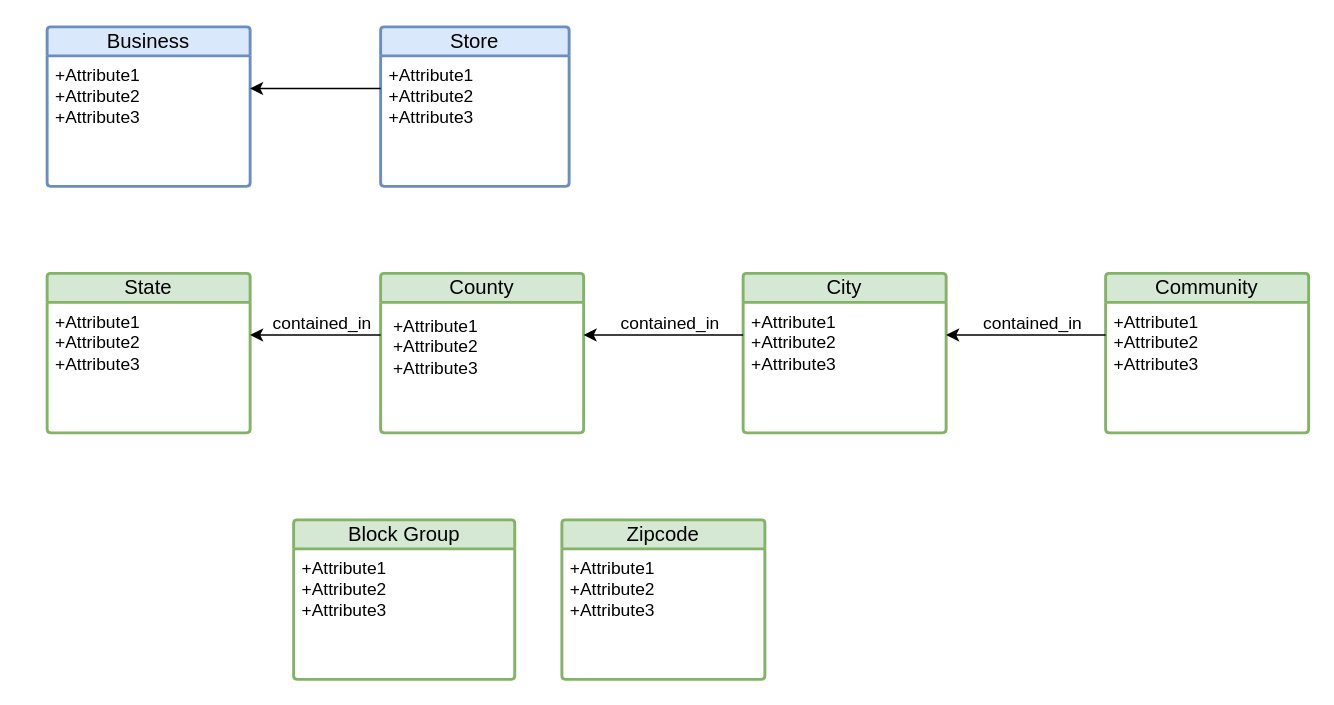
swhoyle/business-opportunity-graph keeps this draw.io diagram as page "ER Diagram" (2 of 6) of docs/graph_model.drawio. Above is the earlier version. Source tidied: cells renumbered, new cells numbered last; positions are measured from the earlier drawing's top-left corner, leaving out a move shared by most shapes. Both pictures are drawn from the tidied source at 145%, with x=0, y=0 at pixel (46, 26).
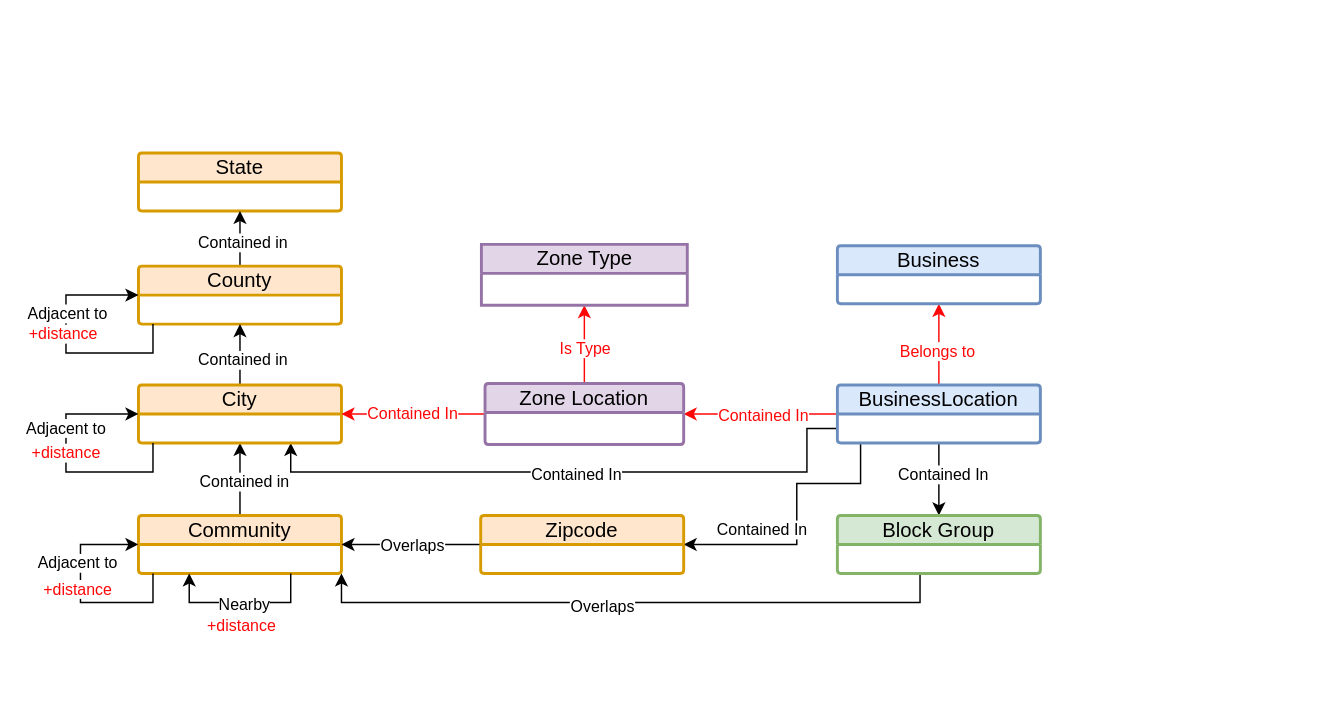
The same page after the edit.

What changed in the source:
```diff
@@
+    <mxCell id="25" style="edgeStyle=orthogonalEdgeStyle;rounded=0;jettySize=auto;html=1;exitX=0.5;exitY=0;exitDx=0;exitDy=0;entryX=0.5;entryY=1;entryDx=0;entryDy=0;fontColor=#FF0707;strokeColor=#FF0707;" parent="1" edge="1" source="2" target="59">
+      <mxGeometry relative="1" as="geometry" />
+    </mxCell>
+    <mxCell id="26" value="Belongs to" style="edgeLabel;html=1;align=center;verticalAlign=middle;fontColor=#FF0707;" parent="25" vertex="1">
+      <mxGeometry x="-0.15" y="2" relative="1" as="geometry" />
+    </mxCell>
+    <mxCell id="27" style="edgeStyle=orthogonalEdgeStyle;rounded=0;jettySize=auto;html=1;exitX=0.5;exitY=1;exitDx=0;exitDy=0;entryX=0.5;entryY=0;entryDx=0;entryDy=0;" parent="1" edge="1" source="2" target="7">
+      <mxGeometry relative="1" as="geometry" />
+    </mxCell>
+    <mxCell id="28" value="Contained In" style="edgeLabel;html=1;align=center;verticalAlign=middle;" parent="27" vertex="1">
+      <mxGeometry x="-0.17" y="2" relative="1" as="geometry" />
+    </mxCell>
+    <mxCell id="29" style="edgeStyle=orthogonalEdgeStyle;rounded=0;jettySize=auto;html=1;exitX=0;exitY=0.5;exitDx=0;exitDy=0;entryX=1;entryY=0.5;entryDx=0;entryDy=0;fontColor=#FF0707;strokeColor=#FF0707;" parent="1" edge="1" source="2" target="57">
+      <mxGeometry relative="1" as="geometry" />
+    </mxCell>
+    <mxCell id="30" value="Contained In" style="edgeLabel;html=1;align=center;verticalAlign=middle;fontColor=#FF0707;" parent="29" vertex="1">
+      <mxGeometry x="-0.01" relative="1" as="geometry" />
+    </mxCell>
+    <mxCell id="31" style="edgeStyle=orthogonalEdgeStyle;rounded=0;jettySize=auto;html=1;exitX=0.25;exitY=1;exitDx=0;exitDy=0;entryX=1;entryY=0.5;entryDx=0;entryDy=0;" parent="1" edge="1" source="2" target="9">
+      <mxGeometry relative="1" as="geometry">
+        <Array as="points">
+          <mxPoint x="561" y="287" />
+          <mxPoint x="561" y="315" />
+          <mxPoint x="517" y="315" />
+          <mxPoint x="517" y="357" />
+        </Array>
+      </mxGeometry>
+    </mxCell>
+    <mxCell id="32" value="Contained In" style="edgeLabel;html=1;align=center;verticalAlign=middle;" parent="31" vertex="1">
+      <mxGeometry x="0.57" y="-2" relative="1" as="geometry">
+        <mxPoint x="8" y="-9" as="offset" />
+      </mxGeometry>
+    </mxCell>
+    <mxCell id="33" style="edgeStyle=orthogonalEdgeStyle;rounded=0;jettySize=auto;html=1;exitX=0;exitY=0.75;exitDx=0;exitDy=0;entryX=0.75;entryY=1;entryDx=0;entryDy=0;" parent="1" edge="1" source="2" target="17">
+      <mxGeometry relative="1" as="geometry">
+        <Array as="points">
+          <mxPoint x="524" y="277" />
+          <mxPoint x="524" y="307" />
+          <mxPoint x="168" y="307" />
+        </Array>
+      </mxGeometry>
+    </mxCell>
+    <mxCell id="34" value="Contained In" style="edgeLabel;html=1;align=center;verticalAlign=middle;" parent="33" vertex="1">
+      <mxGeometry x="-0.01" y="1" relative="1" as="geometry" />
+    </mxCell>
-    <mxCell id="2" value="Business" style="swimlane;horizontal=1;startSize=20;rounded=1;fontSize=14;fontStyle=0;strokeWidth=2;shadow=0;dashed=0;align=center;arcSize=4;whiteSpace=wrap;html=1;fillColor=#dae8fc;strokeColor=#6c8ebf;" parent="1" vertex="1">
-      <mxGeometry width="140" height="110" as="geometry" />
+    <mxCell id="2" value="BusinessLocation" style="swimlane;horizontal=1;startSize=20;rounded=1;fontSize=14;fontStyle=0;strokeWidth=2;shadow=0;dashed=0;align=center;arcSize=4;whiteSpace=wrap;html=1;fillColor=#dae8fc;strokeColor=#6c8ebf;" parent="1" vertex="1">
+      <mxGeometry x="545" y="247" width="140" height="40" as="geometry" />
     </mxCell>
-    <mxCell id="3" value="&lt;div&gt;&lt;span style=&quot;background-color: transparent; color: light-dark(rgb(0, 0, 0), rgb(255, 255, 255));&quot;&gt;+Attribute1&lt;/span&gt;&lt;/div&gt;+Attribute2&lt;br&gt;+Attribute3" style="align=left;strokeColor=none;fillColor=none;spacingLeft=4;spacingRight=4;fontSize=12;verticalAlign=top;html=1;whiteSpace=wrap;" parent="2" vertex="1">
-      <mxGeometry y="20" width="140" height="90" as="geometry" />
-    </mxCell>
-    <mxCell id="4" value="Store" style="swimlane;horizontal=1;startSize=20;rounded=1;fontSize=14;fontStyle=0;strokeWidth=2;shadow=0;dashed=0;align=center;arcSize=4;whiteSpace=wrap;html=1;fillColor=#dae8fc;strokeColor=#6c8ebf;" parent="1" vertex="1">
-      <mxGeometry x="230" width="130" height="110" as="geometry" />
-    </mxCell>
-    <mxCell id="5" value="&lt;div&gt;&lt;span style=&quot;background-color: transparent; color: light-dark(rgb(0, 0, 0), rgb(255, 255, 255));&quot;&gt;+Attribute1&lt;/span&gt;&lt;/div&gt;+Attribute2&lt;br&gt;+Attribute3" style="align=left;strokeColor=none;fillColor=none;spacingLeft=4;spacingRight=4;fontSize=12;verticalAlign=top;html=1;whiteSpace=wrap;" parent="4" vertex="1">
-      <mxGeometry y="20" width="130" height="90" as="geometry" />
-    </mxCell>
-    <mxCell id="6" style="edgeStyle=orthogonalEdgeStyle;rounded=0;jettySize=auto;html=1;exitX=0;exitY=0.25;exitDx=0;exitDy=0;entryX=1;entryY=0.25;entryDx=0;entryDy=0;" parent="1" edge="1" source="5" target="3">
-      <mxGeometry relative="1" as="geometry" />
-    </mxCell>
+    <mxCell id="15" value="State" style="swimlane;horizontal=1;startSize=20;rounded=1;fontSize=14;fontStyle=0;strokeWidth=2;shadow=0;dashed=0;align=center;arcSize=4;whiteSpace=wrap;html=1;fillColor=#ffe6cc;strokeColor=#d79b00;" parent="1" vertex="1">
+      <mxGeometry x="63" y="87" width="140" height="40" as="geometry" />
+    </mxCell>
+    <mxCell id="35" style="edgeStyle=orthogonalEdgeStyle;rounded=0;jettySize=auto;html=1;exitX=0.5;exitY=0;exitDx=0;exitDy=0;entryX=0.5;entryY=1;entryDx=0;entryDy=0;" parent="1" edge="1" source="13" target="17">
+      <mxGeometry relative="1" as="geometry" />
+    </mxCell>
+    <mxCell id="36" value="Contained in" style="edgeLabel;html=1;align=center;verticalAlign=middle;" parent="35" vertex="1">
+      <mxGeometry x="-0.05" y="-2" relative="1" as="geometry" />
+    </mxCell>
+    <mxCell id="13" value="Community" style="swimlane;horizontal=1;startSize=20;rounded=1;fontSize=14;fontStyle=0;strokeWidth=2;shadow=0;dashed=0;align=center;arcSize=4;whiteSpace=wrap;html=1;fillColor=#ffe6cc;strokeColor=#d79b00;" parent="1" vertex="1">
+      <mxGeometry x="63" y="337" width="140" height="40" as="geometry" />
+    </mxCell>
+    <mxCell id="37" style="edgeStyle=orthogonalEdgeStyle;rounded=0;jettySize=auto;html=1;exitX=0.5;exitY=0;exitDx=0;exitDy=0;entryX=0.5;entryY=1;entryDx=0;entryDy=0;" parent="1" edge="1" source="11" target="15">
+      <mxGeometry relative="1" as="geometry" />
+    </mxCell>
+    <mxCell id="38" value="Contained in" style="edgeLabel;html=1;align=center;verticalAlign=middle;" parent="37" vertex="1">
+      <mxGeometry x="-0.1" y="-1" relative="1" as="geometry" />
+    </mxCell>
+    <mxCell id="11" value="County" style="swimlane;horizontal=1;startSize=20;rounded=1;fontSize=14;fontStyle=0;strokeWidth=2;shadow=0;dashed=0;align=center;arcSize=4;whiteSpace=wrap;html=1;fillColor=#ffe6cc;strokeColor=#d79b00;" parent="1" vertex="1">
+      <mxGeometry x="63" y="165" width="140" height="40" as="geometry" />
+    </mxCell>
+    <mxCell id="39" style="edgeStyle=orthogonalEdgeStyle;rounded=0;jettySize=auto;html=1;exitX=0.5;exitY=1;exitDx=0;exitDy=0;entryX=1;entryY=1;entryDx=0;entryDy=0;" parent="1" edge="1" source="7" target="13">
+      <mxGeometry relative="1" as="geometry">
+        <Array as="points">
+          <mxPoint x="602" y="397" />
+          <mxPoint x="203" y="397" />
+        </Array>
+      </mxGeometry>
+    </mxCell>
+    <mxCell id="40" value="Overlaps" style="edgeLabel;html=1;align=center;verticalAlign=middle;" parent="39" vertex="1">
+      <mxGeometry x="0.12" y="2" relative="1" as="geometry" />
+    </mxCell>
     <mxCell id="7" value="Block Group" style="swimlane;horizontal=1;startSize=20;rounded=1;fontSize=14;fontStyle=0;strokeWidth=2;shadow=0;dashed=0;align=center;arcSize=4;whiteSpace=wrap;html=1;fillColor=#d5e8d4;strokeColor=#82b366;" parent="1" vertex="1">
-      <mxGeometry x="170" y="340" width="152.5" height="110" as="geometry" />
+      <mxGeometry x="545" y="337" width="140" height="40" as="geometry" />
     </mxCell>
-    <mxCell id="8" value="&lt;div&gt;&lt;span style=&quot;background-color: transparent; color: light-dark(rgb(0, 0, 0), rgb(255, 255, 255));&quot;&gt;+Attribute1&lt;/span&gt;&lt;/div&gt;+Attribute2&lt;br&gt;+Attribute3" style="align=left;strokeColor=none;fillColor=none;spacingLeft=4;spacingRight=4;fontSize=12;verticalAlign=top;html=1;whiteSpace=wrap;" parent="7" vertex="1">
-      <mxGeometry y="20" width="152.5" height="90" as="geometry" />
-    </mxCell>
+    <mxCell id="41" style="edgeStyle=orthogonalEdgeStyle;rounded=0;jettySize=auto;html=1;exitX=0.5;exitY=0;exitDx=0;exitDy=0;entryX=0.5;entryY=1;entryDx=0;entryDy=0;" parent="1" edge="1" source="17" target="11">
+      <mxGeometry relative="1" as="geometry" />
+    </mxCell>
+    <mxCell id="42" value="Contained in" style="edgeLabel;html=1;align=center;verticalAlign=middle;" parent="41" vertex="1">
+      <mxGeometry x="-0.14" y="-1" relative="1" as="geometry" />
+    </mxCell>
+    <mxCell id="17" value="City" style="swimlane;horizontal=1;startSize=20;rounded=1;fontSize=14;fontStyle=0;strokeWidth=2;shadow=0;dashed=0;align=center;arcSize=4;whiteSpace=wrap;html=1;fillColor=#ffe6cc;strokeColor=#d79b00;" parent="1" vertex="1">
+      <mxGeometry x="63" y="247" width="140" height="40" as="geometry" />
+    </mxCell>
+    <mxCell id="43" style="edgeStyle=orthogonalEdgeStyle;rounded=0;jettySize=auto;html=1;exitX=0;exitY=0.5;exitDx=0;exitDy=0;entryX=1;entryY=0.5;entryDx=0;entryDy=0;" parent="1" edge="1" source="9" target="13">
+      <mxGeometry relative="1" as="geometry" />
+    </mxCell>
+    <mxCell id="44" value="Overlaps" style="edgeLabel;html=1;align=center;verticalAlign=middle;" parent="43" vertex="1">
+      <mxGeometry x="-0.01" relative="1" as="geometry" />
+    </mxCell>
-    <mxCell id="9" value="Zipcode" style="swimlane;horizontal=1;startSize=20;rounded=1;fontSize=14;fontStyle=0;strokeWidth=2;shadow=0;dashed=0;align=center;arcSize=4;whiteSpace=wrap;html=1;fillColor=#d5e8d4;strokeColor=#82b366;" parent="1" vertex="1">
-      <mxGeometry x="355" y="340" width="140" height="110" as="geometry" />
+    <mxCell id="9" value="Zipcode" style="swimlane;horizontal=1;startSize=20;rounded=1;fontSize=14;fontStyle=0;strokeWidth=2;shadow=0;dashed=0;align=center;arcSize=4;whiteSpace=wrap;html=1;fillColor=#ffe6cc;strokeColor=#d79b00;" parent="1" vertex="1">
+      <mxGeometry x="299" y="337" width="140" height="40" as="geometry" />
     </mxCell>
-    <mxCell id="10" value="&lt;div&gt;&lt;span style=&quot;background-color: transparent; color: light-dark(rgb(0, 0, 0), rgb(255, 255, 255));&quot;&gt;+Attribute1&lt;/span&gt;&lt;/div&gt;&lt;div&gt;&lt;span style=&quot;background-color: transparent; color: light-dark(rgb(0, 0, 0), rgb(255, 255, 255));&quot;&gt;+Attribute2&lt;/span&gt;&lt;/div&gt;&lt;div&gt;&lt;span style=&quot;background-color: transparent; color: light-dark(rgb(0, 0, 0), rgb(255, 255, 255));&quot;&gt;+Attribute3&lt;/span&gt;&lt;/div&gt;" style="align=left;strokeColor=none;fillColor=none;spacingLeft=4;spacingRight=4;fontSize=12;verticalAlign=top;html=1;whiteSpace=wrap;" parent="9" vertex="1">
-      <mxGeometry y="20" width="140" height="90" as="geometry" />
-    </mxCell>
-    <mxCell id="11" value="County" style="swimlane;horizontal=1;startSize=20;rounded=1;fontSize=14;fontStyle=0;strokeWidth=2;shadow=0;dashed=0;align=center;arcSize=4;whiteSpace=wrap;html=1;fillColor=#d5e8d4;strokeColor=#82b366;" parent="1" vertex="1">
-      <mxGeometry x="230" y="170" width="140" height="110" as="geometry" />
-    </mxCell>
-    <mxCell id="12" value="&lt;div&gt;&lt;table&gt;&lt;tbody&gt;&lt;tr&gt;&lt;td&gt;+Attribute1&lt;b&gt;&lt;br&gt;&lt;/b&gt;+Attribute2&lt;br&gt;+Attribute3&lt;/td&gt;&lt;/tr&gt;&lt;/tbody&gt;&lt;/table&gt;&lt;/div&gt;" style="align=left;strokeColor=none;fillColor=none;spacingLeft=4;spacingRight=4;fontSize=12;verticalAlign=top;html=1;whiteSpace=wrap;" parent="11" vertex="1">
-      <mxGeometry y="20" width="140" height="90" as="geometry" />
-    </mxCell>
-    <mxCell id="13" value="Community" style="swimlane;horizontal=1;startSize=20;rounded=1;fontSize=14;fontStyle=0;strokeWidth=2;shadow=0;dashed=0;align=center;arcSize=4;whiteSpace=wrap;html=1;fillColor=#d5e8d4;strokeColor=#82b366;" parent="1" vertex="1">
-      <mxGeometry x="730" y="170" width="140" height="110" as="geometry" />
-    </mxCell>
-    <mxCell id="14" value="&lt;div&gt;&lt;span style=&quot;background-color: transparent; color: light-dark(rgb(0, 0, 0), rgb(255, 255, 255));&quot;&gt;+Attribute1&lt;/span&gt;&lt;/div&gt;+Attribute2&lt;br&gt;+Attribute3" style="align=left;strokeColor=none;fillColor=none;spacingLeft=4;spacingRight=4;fontSize=12;verticalAlign=top;html=1;whiteSpace=wrap;" parent="13" vertex="1">
-      <mxGeometry y="20" width="140" height="90" as="geometry" />
-    </mxCell>
-    <mxCell id="15" value="State" style="swimlane;horizontal=1;startSize=20;rounded=1;fontSize=14;fontStyle=0;strokeWidth=2;shadow=0;dashed=0;align=center;arcSize=4;whiteSpace=wrap;html=1;fillColor=#d5e8d4;strokeColor=#82b366;" parent="1" vertex="1">
-      <mxGeometry y="170" width="140" height="110" as="geometry" />
-    </mxCell>
-    <mxCell id="16" value="&lt;div&gt;&lt;span style=&quot;background-color: transparent; color: light-dark(rgb(0, 0, 0), rgb(255, 255, 255));&quot;&gt;+Attribute1&lt;/span&gt;&lt;/div&gt;+Attribute2&lt;br&gt;+Attribute3" style="align=left;strokeColor=none;fillColor=none;spacingLeft=4;spacingRight=4;fontSize=12;verticalAlign=top;html=1;whiteSpace=wrap;" parent="15" vertex="1">
-      <mxGeometry y="20" width="140" height="90" as="geometry" />
-    </mxCell>
-    <mxCell id="17" value="City" style="swimlane;horizontal=1;startSize=20;rounded=1;fontSize=14;fontStyle=0;strokeWidth=2;shadow=0;dashed=0;align=center;arcSize=4;whiteSpace=wrap;html=1;fillColor=#d5e8d4;strokeColor=#82b366;" parent="1" vertex="1">
-      <mxGeometry x="480" y="170" width="140" height="110" as="geometry" />
-    </mxCell>
-    <mxCell id="18" value="&lt;div&gt;&lt;span style=&quot;background-color: transparent; color: light-dark(rgb(0, 0, 0), rgb(255, 255, 255));&quot;&gt;+Attribute1&lt;/span&gt;&lt;/div&gt;&lt;div&gt;&lt;span style=&quot;background-color: transparent; color: light-dark(rgb(0, 0, 0), rgb(255, 255, 255));&quot;&gt;+Attribute2&lt;/span&gt;&lt;/div&gt;&lt;div&gt;&lt;span style=&quot;background-color: transparent; color: light-dark(rgb(0, 0, 0), rgb(255, 255, 255));&quot;&gt;+Attribute3&lt;/span&gt;&lt;/div&gt;" style="align=left;strokeColor=none;fillColor=none;spacingLeft=4;spacingRight=4;fontSize=12;verticalAlign=top;html=1;whiteSpace=wrap;" parent="17" vertex="1">
-      <mxGeometry y="20" width="140" height="90" as="geometry" />
-    </mxCell>
-    <mxCell id="19" style="edgeStyle=orthogonalEdgeStyle;rounded=0;jettySize=auto;html=1;exitX=0;exitY=0.25;exitDx=0;exitDy=0;entryX=1;entryY=0.25;entryDx=0;entryDy=0;" parent="1" edge="1" source="12" target="16">
-      <mxGeometry relative="1" as="geometry" />
-    </mxCell>
-    <mxCell id="20" value="contained_in" style="text;html=1;whiteSpace=wrap;strokeColor=none;fillColor=none;align=center;verticalAlign=middle;rounded=0;" parent="1" vertex="1">
-      <mxGeometry x="160" y="190" width="60" height="30" as="geometry" />
-    </mxCell>
-    <mxCell id="21" style="edgeStyle=orthogonalEdgeStyle;rounded=0;jettySize=auto;html=1;exitX=0;exitY=0.25;exitDx=0;exitDy=0;entryX=1;entryY=0.25;entryDx=0;entryDy=0;" parent="1" edge="1" source="18" target="12">
-      <mxGeometry relative="1" as="geometry" />
-    </mxCell>
-    <mxCell id="22" value="contained_in" style="text;html=1;whiteSpace=wrap;strokeColor=none;fillColor=none;align=center;verticalAlign=middle;rounded=0;" parent="1" vertex="1">
-      <mxGeometry x="400" y="190" width="60" height="30" as="geometry" />
-    </mxCell>
-    <mxCell id="23" style="edgeStyle=orthogonalEdgeStyle;rounded=0;jettySize=auto;html=1;exitX=0;exitY=0.25;exitDx=0;exitDy=0;entryX=1;entryY=0.25;entryDx=0;entryDy=0;" parent="1" edge="1" source="14" target="18">
-      <mxGeometry relative="1" as="geometry" />
-    </mxCell>
-    <mxCell id="24" value="contained_in" style="text;html=1;whiteSpace=wrap;strokeColor=none;fillColor=none;align=center;verticalAlign=middle;rounded=0;" parent="1" vertex="1">
-      <mxGeometry x="650" y="190" width="60" height="30" as="geometry" />
-    </mxCell>
+    <mxCell id="45" style="edgeStyle=orthogonalEdgeStyle;rounded=0;jettySize=auto;html=1;entryX=0;entryY=0.5;entryDx=0;entryDy=0;" parent="1" edge="1" target="11">
+      <mxGeometry relative="1" as="geometry">
+        <mxPoint x="73" y="205" as="sourcePoint" />
+        <Array as="points">
+          <mxPoint x="73" y="205" />
+          <mxPoint x="73" y="225" />
+          <mxPoint x="13" y="225" />
+          <mxPoint x="13" y="185" />
+        </Array>
+      </mxGeometry>
+    </mxCell>
+    <mxCell id="46" value="Adjacent to" style="edgeLabel;html=1;align=center;verticalAlign=middle;" parent="45" vertex="1">
+      <mxGeometry x="0.27" relative="1" as="geometry" />
+    </mxCell>
+    <mxCell id="47" style="edgeStyle=orthogonalEdgeStyle;rounded=0;jettySize=auto;html=1;entryX=0;entryY=0.5;entryDx=0;entryDy=0;" parent="1" edge="1" target="17">
+      <mxGeometry relative="1" as="geometry">
+        <mxPoint x="73" y="287" as="sourcePoint" />
+        <Array as="points">
+          <mxPoint x="73" y="307" />
+          <mxPoint x="13" y="307" />
+          <mxPoint x="13" y="267" />
+        </Array>
+      </mxGeometry>
+    </mxCell>
+    <mxCell id="48" value="Adjacent to" style="edgeLabel;html=1;align=center;verticalAlign=middle;" parent="47" vertex="1">
+      <mxGeometry x="0.3" y="1" relative="1" as="geometry" />
+    </mxCell>
+    <mxCell id="49" style="edgeStyle=orthogonalEdgeStyle;rounded=0;jettySize=auto;html=1;entryX=0;entryY=0.5;entryDx=0;entryDy=0;" parent="1" edge="1" target="13">
+      <mxGeometry relative="1" as="geometry">
+        <mxPoint x="73" y="377" as="sourcePoint" />
+        <Array as="points">
+          <mxPoint x="73" y="377" />
+          <mxPoint x="73" y="397" />
+          <mxPoint x="23" y="397" />
+          <mxPoint x="23" y="357" />
+        </Array>
+      </mxGeometry>
+    </mxCell>
+    <mxCell id="50" value="Adjacent to" style="edgeLabel;html=1;align=center;verticalAlign=middle;" parent="49" vertex="1">
+      <mxGeometry x="0.31" y="3" relative="1" as="geometry" />
+    </mxCell>
+    <mxCell id="51" value="+distance" style="edgeLabel;html=1;align=center;verticalAlign=middle;fontColor=#FF0707;" parent="49" vertex="1">
+      <mxGeometry x="0.07" y="3" relative="1" as="geometry" />
+    </mxCell>
+    <mxCell id="52" style="edgeStyle=orthogonalEdgeStyle;rounded=0;orthogonalLoop=1;jettySize=auto;html=1;exitX=0.75;exitY=1;exitDx=0;exitDy=0;entryX=0.25;entryY=1;entryDx=0;entryDy=0;" parent="1" edge="1" source="13" target="13">
+      <mxGeometry relative="1" as="geometry" />
+    </mxCell>
+    <mxCell id="53" value="Nearby" style="edgeLabel;html=1;align=center;verticalAlign=middle;" parent="52" vertex="1">
+      <mxGeometry x="-0.04" y="1" relative="1" as="geometry" />
+    </mxCell>
+    <mxCell id="54" style="edgeStyle=orthogonalEdgeStyle;rounded=0;jettySize=auto;html=1;exitX=0.5;exitY=0;exitDx=0;exitDy=0;entryX=0.5;entryY=1;entryDx=0;entryDy=0;fontColor=#FF0707;strokeColor=#FF0707;" parent="1" edge="1" source="57" target="58">
+      <mxGeometry relative="1" as="geometry" />
+    </mxCell>
+    <mxCell id="55" value="Is Type" style="edgeLabel;html=1;align=center;verticalAlign=middle;fontColor=#FF0707;" parent="54" vertex="1">
+      <mxGeometry x="-0.2" y="1" relative="1" as="geometry">
+        <mxPoint x="1" y="-3" as="offset" />
+      </mxGeometry>
+    </mxCell>
+    <mxCell id="56" value="Contained In" style="edgeStyle=orthogonalEdgeStyle;rounded=0;jettySize=auto;html=1;exitX=0;exitY=0.5;exitDx=0;exitDy=0;entryX=1;entryY=0.5;entryDx=0;entryDy=0;fontColor=#FF0707;strokeColor=#FF0707;" parent="1" edge="1" source="57" target="17">
+      <mxGeometry relative="1" as="geometry" />
+    </mxCell>
+    <mxCell id="57" value="Zone Location" style="swimlane;horizontal=1;startSize=20;rounded=1;fontSize=14;fontStyle=0;strokeWidth=2;shadow=0;dashed=0;align=center;arcSize=4;whiteSpace=wrap;html=1;fillColor=#e1d5e7;strokeColor=#9673a6;" parent="1" vertex="1">
+      <mxGeometry x="302" y="246" width="137" height="42" as="geometry" />
+    </mxCell>
+    <mxCell id="58" value="Zone Type" style="swimlane;horizontal=1;startSize=20;rounded=0;fontSize=14;fontStyle=0;strokeWidth=2;shadow=0;dashed=0;align=center;arcSize=4;whiteSpace=wrap;html=1;fillColor=#e1d5e7;strokeColor=#9673a6;" parent="1" vertex="1">
+      <mxGeometry x="299.5" y="150" width="142" height="42" as="geometry" />
+    </mxCell>
+    <mxCell id="59" value="Business" style="swimlane;horizontal=1;startSize=20;rounded=1;fontSize=14;fontStyle=0;strokeWidth=2;shadow=0;dashed=0;align=center;arcSize=4;whiteSpace=wrap;html=1;fillColor=#dae8fc;strokeColor=#6c8ebf;" parent="1" vertex="1">
+      <mxGeometry x="545" y="151" width="140" height="40" as="geometry" />
+    </mxCell>
+    <mxCell id="60" value="+distance" style="edgeLabel;html=1;align=center;verticalAlign=middle;fontColor=#FF0707;" parent="1" vertex="1">
+      <mxGeometry x="12" y="293" as="geometry" />
+    </mxCell>
+    <mxCell id="61" value="+distance" style="edgeLabel;html=1;align=center;verticalAlign=middle;fontColor=#FF0707;" parent="1" vertex="1">
+      <mxGeometry x="12" y="275" as="geometry">
+        <mxPoint x="-2" y="-64" as="offset" />
+      </mxGeometry>
+    </mxCell>
+    <mxCell id="62" value="+distance" style="edgeLabel;html=1;align=center;verticalAlign=middle;fontColor=#FF0707;" parent="1" vertex="1">
+      <mxGeometry x="133" y="412" as="geometry" />
+    </mxCell>
```
